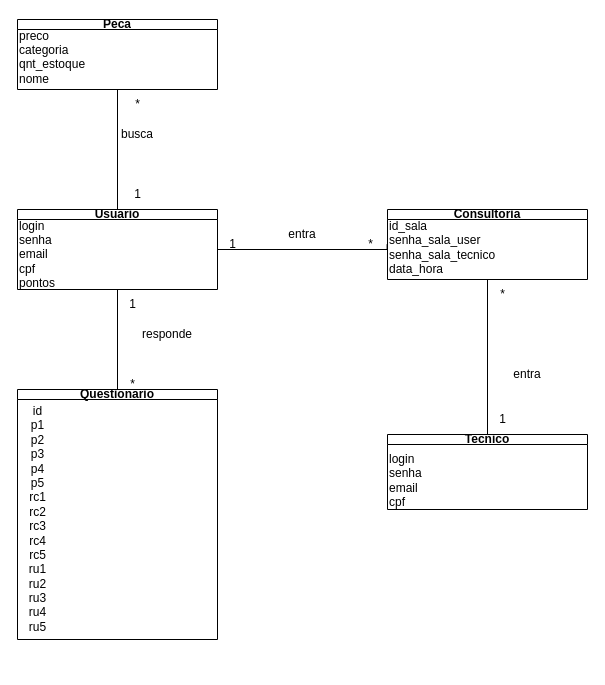
Earlier version of the draw.io diagram page "Page-10" (10 of 12) of Diagrama sem nome.drawio (devguina/CEFET-Software_Engineering). Source tidied: cells renumbered, new cells numbered last; positions are measured from the earlier drawing's top-left corner, leaving out a move shared by most shapes. Both pictures are drawn from the tidied source at 100%, with x=0, y=0 at pixel (17, 19).
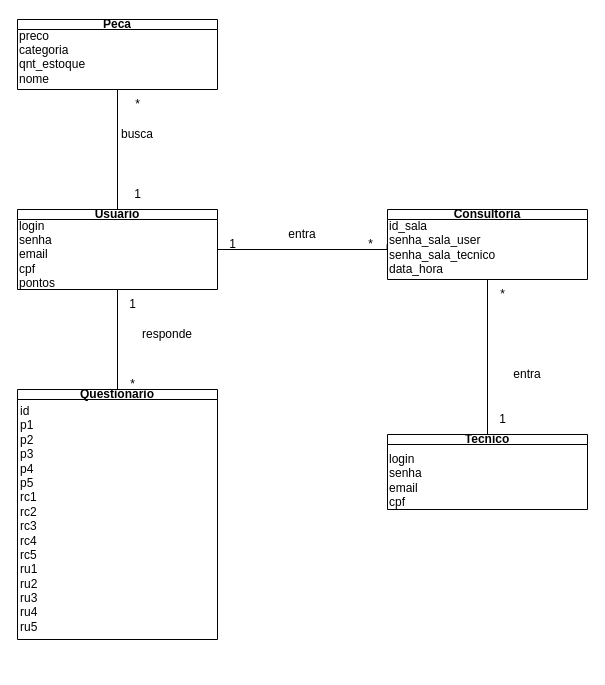
The same page after the edit.

The change refers to these unchanged cells:
```xml
<mxCell id="5" value="Questionario" style="swimlane;whiteSpace=wrap;html=1;startSize=10;" parent="1" vertex="1">
  <mxGeometry y="370" width="200" height="250" as="geometry" />
</mxCell>
```

Change to the diagram source:
```diff
@@
-    <mxCell id="6" value="&lt;div&gt;&lt;div&gt;id&lt;/div&gt;&lt;div&gt;p1&lt;/div&gt;&lt;div&gt;p2&lt;/div&gt;&lt;div&gt;p3&lt;/div&gt;&lt;div&gt;p4&lt;/div&gt;&lt;div&gt;p5&lt;/div&gt;&lt;div&gt;rc1&lt;/div&gt;&lt;div&gt;rc2&lt;/div&gt;&lt;div&gt;rc3&lt;/div&gt;&lt;div&gt;rc4&lt;/div&gt;&lt;div&gt;rc5&lt;/div&gt;&lt;div&gt;ru1&lt;/div&gt;&lt;div&gt;ru2&lt;/div&gt;&lt;div&gt;ru3&lt;/div&gt;&lt;div&gt;ru4&lt;/div&gt;&lt;div&gt;ru5&lt;/div&gt;&lt;div&gt;&lt;br&gt;&lt;/div&gt;&lt;div&gt;&lt;br&gt;&lt;/div&gt;&lt;/div&gt;" style="text;html=1;align=center;verticalAlign=middle;strokeColor=none;fillColor=none;" parent="5" vertex="1">
-      <mxGeometry y="9" width="40" height="270" as="geometry" />
+    <mxCell id="6" value="&lt;div&gt;&lt;div&gt;id&lt;/div&gt;&lt;div&gt;p1&lt;/div&gt;&lt;div&gt;p2&lt;/div&gt;&lt;div&gt;p3&lt;/div&gt;&lt;div&gt;p4&lt;/div&gt;&lt;div&gt;p5&lt;/div&gt;&lt;div&gt;rc1&lt;/div&gt;&lt;div&gt;rc2&lt;/div&gt;&lt;div&gt;rc3&lt;/div&gt;&lt;div&gt;rc4&lt;/div&gt;&lt;div&gt;rc5&lt;/div&gt;&lt;div&gt;ru1&lt;/div&gt;&lt;div&gt;ru2&lt;/div&gt;&lt;div&gt;ru3&lt;/div&gt;&lt;div&gt;ru4&lt;/div&gt;&lt;div&gt;ru5&lt;/div&gt;&lt;div&gt;&lt;br&gt;&lt;/div&gt;&lt;div&gt;&lt;br&gt;&lt;/div&gt;&lt;/div&gt;" style="text;html=1;align=left;verticalAlign=middle;strokeColor=none;fillColor=none;" parent="5" vertex="1">
+      <mxGeometry x="1" y="9" width="40" height="270" as="geometry" />
     </mxCell>
```
